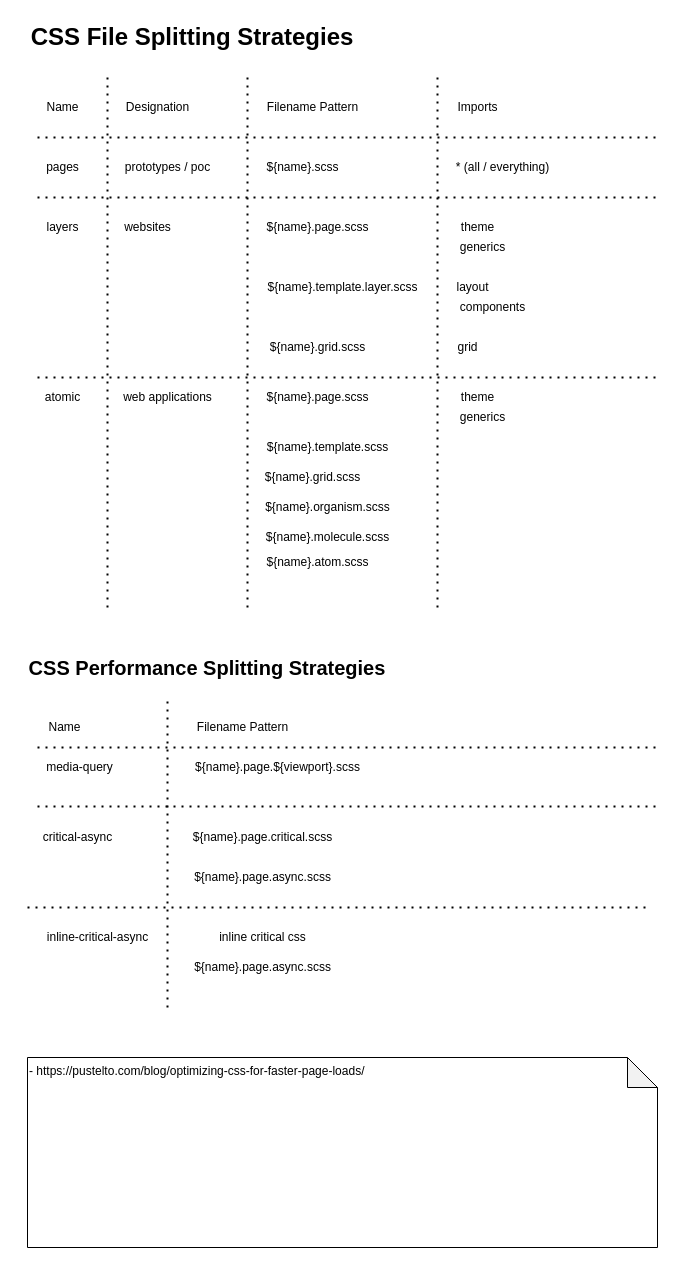
This is wiki/architecture/css-spliting-strategies.drawio from paulAlexSerban/portfolio-template, a draw.io file, before an edit. Source tidied: cells renumbered, new cells numbered last; positions are measured from the earlier drawing's top-left corner, leaving out a move shared by most shapes. Both pictures are drawn from the tidied source at 100%, with x=0, y=0 at pixel (17, 17).
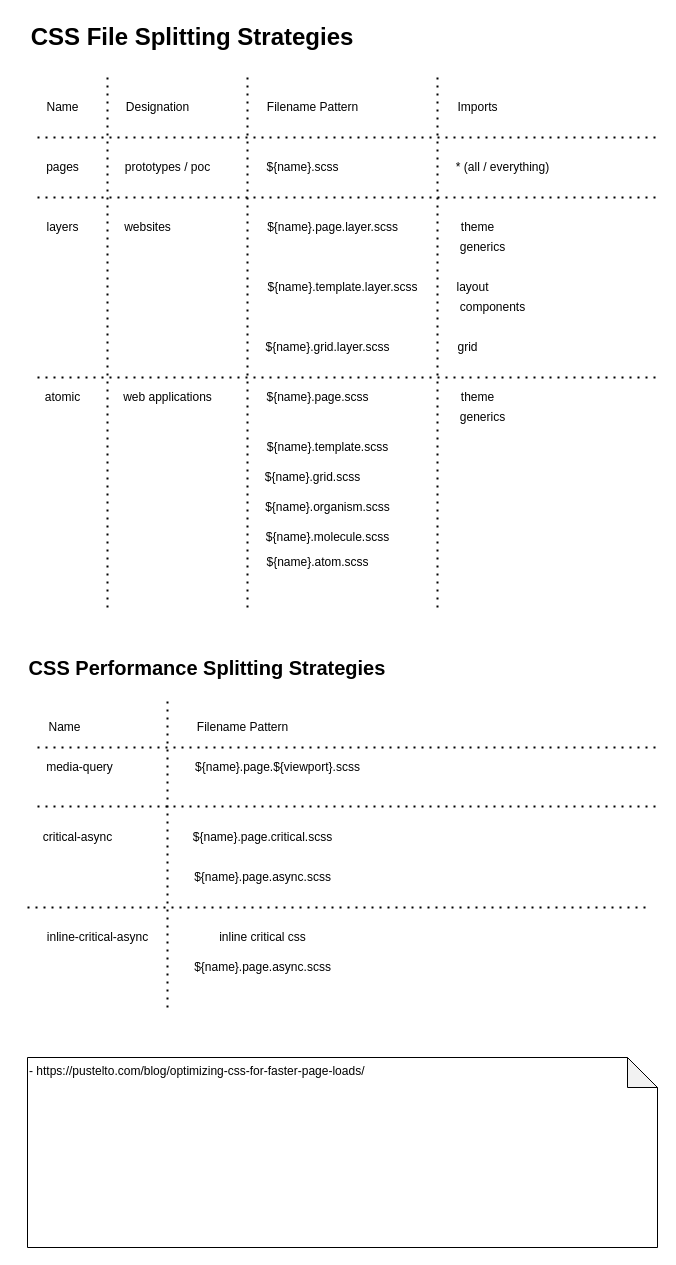
Above is the later version.

Change to the diagram source:
```diff
@@
-    <mxCell id="15" value="${name}.page.scss" style="text;html=1;align=center;verticalAlign=middle;strokeColor=none;fillColor=none;" parent="1" vertex="1">
-      <mxGeometry x="240" y="200" width="120" height="20" as="geometry" />
+    <mxCell id="15" value="${name}.page.layer.scss" style="text;html=1;align=center;verticalAlign=middle;strokeColor=none;fillColor=none;" parent="1" vertex="1">
+      <mxGeometry x="240" y="200" width="150" height="20" as="geometry" />
     </mxCell>
@@
-    <mxCell id="21" value="${name}.grid.scss" style="text;html=1;align=center;verticalAlign=middle;strokeColor=none;fillColor=none;" parent="1" vertex="1">
-      <mxGeometry x="245" y="320" width="110" height="20" as="geometry" />
+    <mxCell id="21" value="${name}.grid.layer.scss" style="text;html=1;align=center;verticalAlign=middle;strokeColor=none;fillColor=none;" parent="1" vertex="1">
+      <mxGeometry x="240" y="320" width="140" height="20" as="geometry" />
     </mxCell>
```
